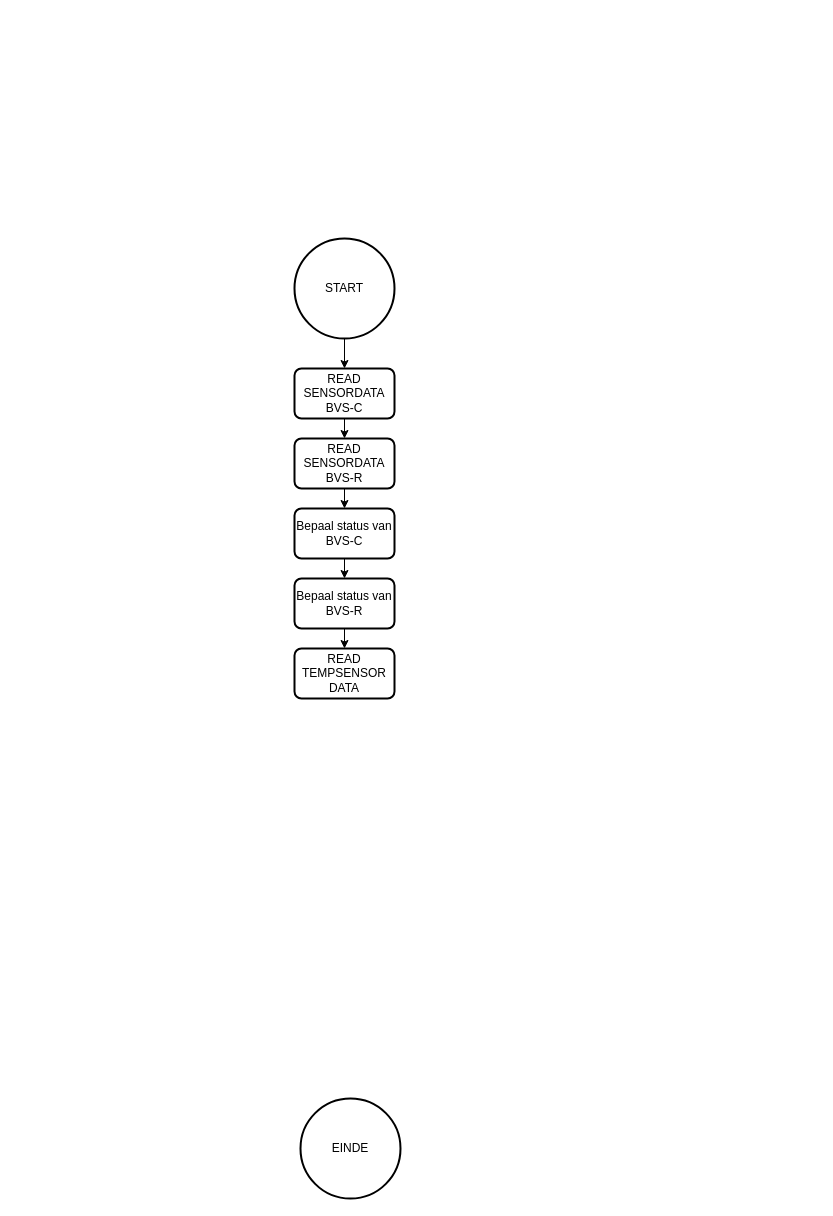
CruZxPog/Plantbewateringssysteem keeps this draw.io diagram as FlowchartPlantbewateringssysteem.drawio. Above is the earlier version. Source tidied: cells renumbered, new cells numbered last; positions are measured from the earlier drawing's top-left corner, leaving out a move shared by most shapes. Both pictures are drawn from the tidied source at 100%, with x=0, y=0 at pixel (294, 238).
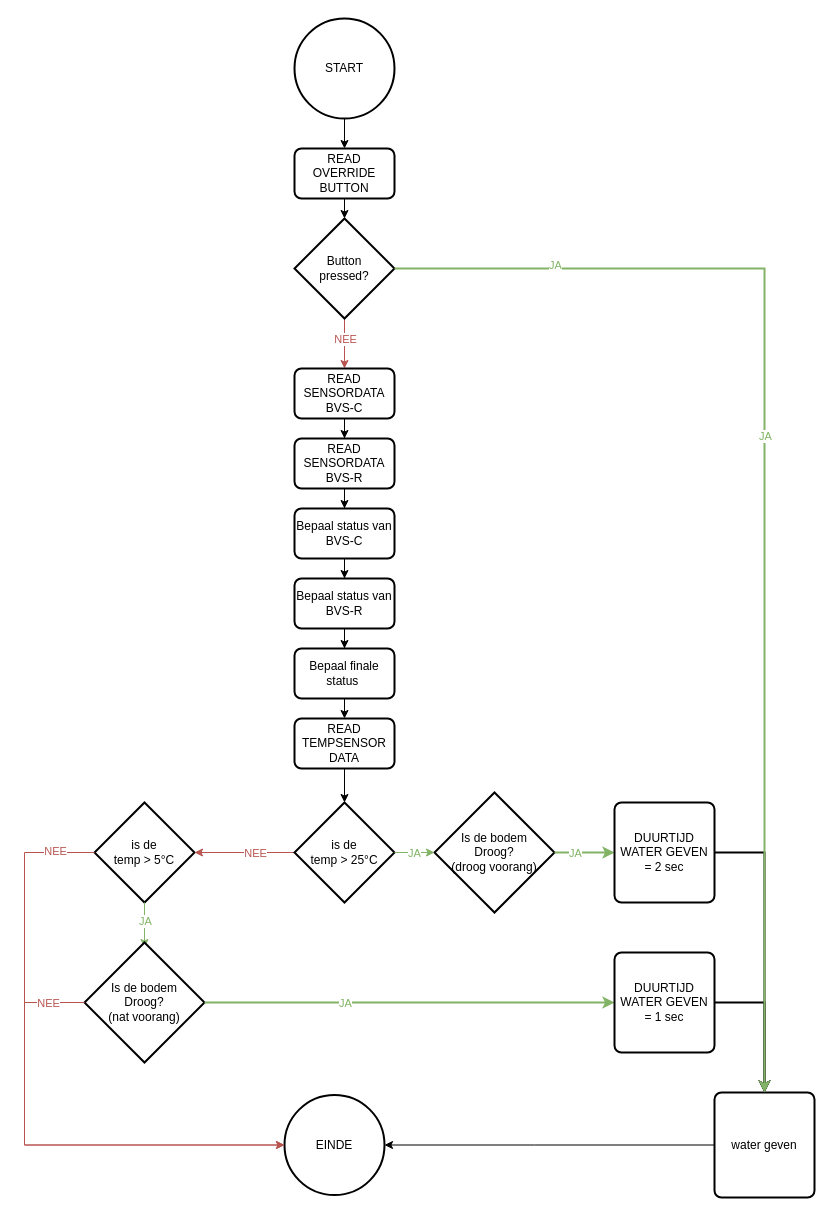
The same page after the edit.

The change refers to these unchanged cells:
```xml
<mxCell id="5" value="READ&lt;div&gt;SENSORDATA&lt;/div&gt;&lt;div&gt;BVS-C&lt;/div&gt;" style="rounded=1;whiteSpace=wrap;html=1;absoluteArcSize=1;arcSize=14;strokeWidth=2;" parent="1" vertex="1">
  <mxGeometry y="130" width="100" height="50" as="geometry" />
</mxCell>
<mxCell id="13" value="Bepaal status van BVS-R" style="rounded=1;whiteSpace=wrap;html=1;absoluteArcSize=1;arcSize=14;strokeWidth=2;" parent="1" vertex="1">
  <mxGeometry y="340" width="100" height="50" as="geometry" />
</mxCell>
```

Change to the diagram source:
```diff
@@
+    <mxCell id="15" style="edgeStyle=orthogonalEdgeStyle;rounded=0;jettySize=auto;html=1;exitX=0.5;exitY=1;exitDx=0;exitDy=0;exitPerimeter=0;entryX=0.5;entryY=0;entryDx=0;entryDy=0;" parent="1" edge="1" source="2" target="31">
+      <mxGeometry relative="1" as="geometry" />
+    </mxCell>
     <mxCell id="2" value="START" style="strokeWidth=2;html=1;shape=mxgraph.flowchart.start_2;whiteSpace=wrap;" parent="1" vertex="1">
-      <mxGeometry width="100" height="100" as="geometry" />
+      <mxGeometry y="-220" width="100" height="100" as="geometry" />
     </mxCell>
     <mxCell id="3" value="EINDE" style="strokeWidth=2;html=1;shape=mxgraph.flowchart.start_2;whiteSpace=wrap;" parent="1" vertex="1">
-      <mxGeometry x="6" y="860" width="100" height="100" as="geometry" />
+      <mxGeometry x="-10" y="856.5" width="100" height="100" as="geometry" />
     </mxCell>
-    <mxCell id="4" style="edgeStyle=orthogonalEdgeStyle;rounded=0;jettySize=auto;html=1;exitX=0.5;exitY=1;exitDx=0;exitDy=0;exitPerimeter=0;entryX=0.5;entryY=0;entryDx=0;entryDy=0;entryPerimeter=0;" parent="1" edge="1" source="2" target="5">
-      <mxGeometry relative="1" as="geometry" />
-    </mxCell>
+    <mxCell id="16" style="edgeStyle=orthogonalEdgeStyle;rounded=0;orthogonalLoop=1;jettySize=auto;html=1;exitX=0.5;exitY=1;exitDx=0;exitDy=0;entryX=0.5;entryY=0;entryDx=0;entryDy=0;" parent="1" edge="1">
+      <mxGeometry relative="1" as="geometry">
+        <mxPoint x="-418" y="430" as="sourcePoint" />
+      </mxGeometry>
+    </mxCell>
+    <mxCell id="17" style="edgeStyle=orthogonalEdgeStyle;rounded=0;orthogonalLoop=1;jettySize=auto;html=1;exitX=0.5;exitY=1;exitDx=0;exitDy=0;entryX=0.5;entryY=0;entryDx=0;entryDy=0;" parent="1" edge="1">
+      <mxGeometry relative="1" as="geometry">
+        <mxPoint x="-418" y="505" as="sourcePoint" />
+      </mxGeometry>
+    </mxCell>
+    <mxCell id="18" style="edgeStyle=orthogonalEdgeStyle;rounded=0;orthogonalLoop=1;jettySize=auto;html=1;exitX=0.5;exitY=1;exitDx=0;exitDy=0;entryX=0.5;entryY=0;entryDx=0;entryDy=0;" parent="1" edge="1">
+      <mxGeometry relative="1" as="geometry">
+        <mxPoint x="-418" y="575" as="sourcePoint" />
+      </mxGeometry>
+    </mxCell>
+    <mxCell id="19" style="edgeStyle=orthogonalEdgeStyle;rounded=0;orthogonalLoop=1;jettySize=auto;html=1;exitX=1;exitY=0.5;exitDx=0;exitDy=0;entryX=0;entryY=0.5;entryDx=0;entryDy=0;" parent="1" edge="1">
+      <mxGeometry relative="1" as="geometry">
+        <mxPoint x="-368" y="620" as="sourcePoint" />
+      </mxGeometry>
+    </mxCell>
+    <mxCell id="14" value="READ&lt;div&gt;TEMPSENSOR DATA&lt;/div&gt;" style="rounded=1;whiteSpace=wrap;html=1;absoluteArcSize=1;arcSize=14;strokeWidth=2;" parent="1" vertex="1">
+      <mxGeometry y="480" width="100" height="50" as="geometry" />
+    </mxCell>
+    <mxCell id="20" value="is de&lt;div&gt;temp &amp;gt; 5°C&lt;/div&gt;" style="strokeWidth=2;html=1;shape=mxgraph.flowchart.decision;whiteSpace=wrap;" parent="1" vertex="1">
+      <mxGeometry x="-200" y="564" width="100" height="100" as="geometry" />
+    </mxCell>
+    <mxCell id="21" style="edgeStyle=orthogonalEdgeStyle;rounded=0;jettySize=auto;html=1;fillColor=#f8cecc;strokeColor=#b85450;" parent="1" edge="1" source="23" target="20">
+      <mxGeometry relative="1" as="geometry" />
+    </mxCell>
+    <mxCell id="22" value="NEE" style="edgeLabel;html=1;align=center;verticalAlign=middle;fontColor=light-dark(#b85450, #ededed);" parent="21" vertex="1">
+      <mxGeometry x="0.09" y="4" relative="1" as="geometry">
+        <mxPoint x="15" y="-4" as="offset" />
+      </mxGeometry>
+    </mxCell>
+    <mxCell id="23" value="is de&lt;div&gt;temp &amp;gt; 25°C&lt;/div&gt;" style="strokeWidth=2;html=1;shape=mxgraph.flowchart.decision;whiteSpace=wrap;" parent="1" vertex="1">
+      <mxGeometry y="564" width="100" height="100" as="geometry" />
+    </mxCell>
+    <mxCell id="24" style="edgeStyle=orthogonalEdgeStyle;rounded=0;jettySize=auto;html=1;exitX=0.5;exitY=1;exitDx=0;exitDy=0;entryX=0.5;entryY=0;entryDx=0;entryDy=0;entryPerimeter=0;" parent="1" edge="1" source="14" target="23">
+      <mxGeometry relative="1" as="geometry" />
+    </mxCell>
+    <mxCell id="25" value="water geven" style="rounded=1;whiteSpace=wrap;html=1;absoluteArcSize=1;arcSize=14;strokeWidth=2;" parent="1" vertex="1">
+      <mxGeometry x="420" y="854" width="100" height="105" as="geometry" />
+    </mxCell>
+    <mxCell id="26" style="edgeStyle=orthogonalEdgeStyle;rounded=0;jettySize=auto;html=1;exitX=0.5;exitY=1;exitDx=0;exitDy=0;exitPerimeter=0;entryX=0.5;entryY=0;entryDx=0;entryDy=0;fillColor=#d5e8d4;strokeColor=#82b366;" parent="1" edge="1" source="20">
+      <mxGeometry relative="1" as="geometry">
+        <mxPoint x="-150" y="709" as="targetPoint" />
+        <Array as="points">
+          <mxPoint x="-150" y="680" />
+          <mxPoint x="-150" y="680" />
+        </Array>
+      </mxGeometry>
+    </mxCell>
+    <mxCell id="27" value="JA" style="edgeLabel;html=1;align=center;verticalAlign=middle;fontColor=light-dark(#82b366, #ededed);" parent="26" vertex="1">
+      <mxGeometry x="-0.21" y="-2" relative="1" as="geometry">
+        <mxPoint x="2" as="offset" />
+      </mxGeometry>
+    </mxCell>
+    <mxCell id="28" style="edgeStyle=orthogonalEdgeStyle;rounded=0;jettySize=auto;html=1;exitX=1;exitY=0.5;exitDx=0;exitDy=0;exitPerimeter=0;strokeWidth=2;entryX=0.5;entryY=0;entryDx=0;entryDy=0;" parent="1" edge="1" source="50" target="25">
+      <mxGeometry relative="1" as="geometry" />
+    </mxCell>
+    <mxCell id="29" value="Is de bodem&lt;div&gt;Droog?&lt;/div&gt;&lt;div&gt;(nat voorang)&lt;/div&gt;" style="strokeWidth=2;html=1;shape=mxgraph.flowchart.decision;whiteSpace=wrap;" parent="1" vertex="1">
+      <mxGeometry x="-210" y="704" width="120" height="120" as="geometry" />
+    </mxCell>
+    <mxCell id="30" style="edgeStyle=orthogonalEdgeStyle;rounded=0;jettySize=auto;html=1;exitX=0;exitY=0.5;exitDx=0;exitDy=0;entryX=1;entryY=0.5;entryDx=0;entryDy=0;entryPerimeter=0;" parent="1" edge="1" source="25" target="3">
+      <mxGeometry relative="1" as="geometry">
+        <Array as="points">
+          <mxPoint x="240" y="906.5" />
+        </Array>
+      </mxGeometry>
+    </mxCell>
+    <mxCell id="31" value="READ&lt;div&gt;OVERRIDE&lt;/div&gt;&lt;div&gt;BUTTON&lt;/div&gt;" style="rounded=1;whiteSpace=wrap;html=1;absoluteArcSize=1;arcSize=14;strokeWidth=2;" parent="1" vertex="1">
+      <mxGeometry y="-90" width="100" height="50" as="geometry" />
+    </mxCell>
+    <mxCell id="32" style="edgeStyle=orthogonalEdgeStyle;rounded=0;jettySize=auto;html=1;entryX=0.5;entryY=0;entryDx=0;entryDy=0;" parent="1" edge="1" target="34">
+      <mxGeometry relative="1" as="geometry">
+        <mxPoint x="50" y="-40" as="sourcePoint" />
+      </mxGeometry>
+    </mxCell>
+    <mxCell id="33" style="edgeStyle=orthogonalEdgeStyle;rounded=0;jettySize=auto;html=1;exitX=0.5;exitY=1;exitDx=0;exitDy=0;exitPerimeter=0;entryX=0.5;entryY=0;entryDx=0;entryDy=0;fillColor=#f8cecc;strokeColor=#b85450;" parent="1" edge="1" source="34" target="5">
+      <mxGeometry relative="1" as="geometry" />
+    </mxCell>
+    <mxCell id="34" value="Button&lt;div&gt;pressed?&lt;/div&gt;" style="strokeWidth=2;html=1;shape=mxgraph.flowchart.decision;whiteSpace=wrap;" parent="1" vertex="1">
+      <mxGeometry y="-20" width="100" height="100" as="geometry" />
+    </mxCell>
+    <mxCell id="35" style="edgeStyle=orthogonalEdgeStyle;rounded=0;jettySize=auto;html=1;entryX=0.5;entryY=0;entryDx=0;entryDy=0;" parent="1" edge="1" target="5">
+      <mxGeometry relative="1" as="geometry">
+        <mxPoint x="50" y="150" as="sourcePoint" />
+      </mxGeometry>
+    </mxCell>
+    <mxCell id="36" value="NEE" style="edgeLabel;html=1;align=center;verticalAlign=middle;fontColor=light-dark(#b85450, #ededed);" parent="35" vertex="1">
+      <mxGeometry x="-0.83" y="3" relative="1" as="geometry">
+        <mxPoint x="3" y="-48" as="offset" />
+      </mxGeometry>
+    </mxCell>
@@
-    <mxCell id="6" style="edgeStyle=orthogonalEdgeStyle;rounded=0;jettySize=auto;html=1;exitX=0.5;exitY=1;exitDx=0;exitDy=0;exitPerimeter=0;entryX=0.5;entryY=0;entryDx=0;entryDy=0;entryPerimeter=0;" parent="1" edge="1" source="9">
-      <mxGeometry relative="1" as="geometry">
-        <mxPoint x="50" y="240" as="targetPoint" />
-      </mxGeometry>
-    </mxCell>
-    <mxCell id="7" style="edgeStyle=orthogonalEdgeStyle;rounded=0;jettySize=auto;html=1;exitX=0.5;exitY=1;exitDx=0;exitDy=0;exitPerimeter=0;entryX=0.5;entryY=0;entryDx=0;entryDy=0;entryPerimeter=0;" parent="1" edge="1" source="5" target="9">
+    <mxCell id="7" style="edgeStyle=orthogonalEdgeStyle;rounded=0;jettySize=auto;html=1;entryX=0.5;entryY=0;entryDx=0;entryDy=0;" parent="1" edge="1" source="5" target="9">
       <mxGeometry relative="1" as="geometry" />
     </mxCell>
+    <mxCell id="9" value="READ&lt;div&gt;SENSORDATA&lt;/div&gt;&lt;div&gt;BVS-R&lt;/div&gt;" style="rounded=1;whiteSpace=wrap;html=1;absoluteArcSize=1;arcSize=14;strokeWidth=2;" parent="1" vertex="1">
+      <mxGeometry y="200" width="100" height="50" as="geometry" />
+    </mxCell>
-    <mxCell id="8" style="edgeStyle=orthogonalEdgeStyle;rounded=0;jettySize=auto;html=1;exitX=0.5;exitY=1;exitDx=0;exitDy=0;entryX=0.5;entryY=0;entryDx=0;entryDy=0;" parent="1" edge="1" source="9" target="11">
+    <mxCell id="8" style="edgeStyle=orthogonalEdgeStyle;rounded=0;jettySize=auto;html=1;entryX=0.5;entryY=0;entryDx=0;entryDy=0;" parent="1" edge="1" source="9" target="11">
       <mxGeometry relative="1" as="geometry" />
     </mxCell>
-    <mxCell id="9" value="READ&lt;div&gt;SENSORDATA&lt;/div&gt;&lt;div&gt;BVS-R&lt;/div&gt;" style="rounded=1;whiteSpace=wrap;html=1;absoluteArcSize=1;arcSize=14;strokeWidth=2;" parent="1" vertex="1">
-      <mxGeometry y="200" width="100" height="50" as="geometry" />
-    </mxCell>
+    <mxCell id="11" value="Bepaal status van BVS-C" style="rounded=1;whiteSpace=wrap;html=1;absoluteArcSize=1;arcSize=14;strokeWidth=2;" parent="1" vertex="1">
+      <mxGeometry y="270" width="100" height="50" as="geometry" />
+    </mxCell>
-    <mxCell id="10" style="edgeStyle=orthogonalEdgeStyle;rounded=0;jettySize=auto;html=1;exitX=0.5;exitY=1;exitDx=0;exitDy=0;entryX=0.5;entryY=0;entryDx=0;entryDy=0;" parent="1" edge="1" source="11" target="13">
+    <mxCell id="10" style="edgeStyle=orthogonalEdgeStyle;rounded=0;jettySize=auto;html=1;entryX=0.5;entryY=0;entryDx=0;entryDy=0;" parent="1" edge="1" source="11" target="13">
       <mxGeometry relative="1" as="geometry" />
     </mxCell>
-    <mxCell id="11" value="Bepaal status van BVS-C" style="rounded=1;whiteSpace=wrap;html=1;absoluteArcSize=1;arcSize=14;strokeWidth=2;" parent="1" vertex="1">
-      <mxGeometry y="270" width="100" height="50" as="geometry" />
-    </mxCell>
-    <mxCell id="12" style="edgeStyle=orthogonalEdgeStyle;rounded=0;jettySize=auto;html=1;exitX=0.5;exitY=1;exitDx=0;exitDy=0;entryX=0.5;entryY=0;entryDx=0;entryDy=0;" parent="1" edge="1" source="13" target="14">
-      <mxGeometry relative="1" as="geometry" />
-    </mxCell>
@@
-    <mxCell id="14" value="READ&lt;div&gt;TEMPSENSOR DATA&lt;/div&gt;" style="rounded=1;whiteSpace=wrap;html=1;absoluteArcSize=1;arcSize=14;strokeWidth=2;" parent="1" vertex="1">
-      <mxGeometry y="410" width="100" height="50" as="geometry" />
-    </mxCell>
+    <mxCell id="37" style="edgeStyle=orthogonalEdgeStyle;rounded=0;jettySize=auto;html=1;entryX=0.5;entryY=0;entryDx=0;entryDy=0;" parent="1" edge="1" source="13" target="39">
+      <mxGeometry relative="1" as="geometry" />
+    </mxCell>
+    <mxCell id="38" style="edgeStyle=orthogonalEdgeStyle;rounded=0;jettySize=auto;html=1;exitX=0.5;exitY=1;exitDx=0;exitDy=0;entryX=0.5;entryY=0;entryDx=0;entryDy=0;" parent="1" edge="1" source="39" target="14">
+      <mxGeometry relative="1" as="geometry" />
+    </mxCell>
+    <mxCell id="39" value="Bepaal finale status&amp;nbsp;" style="rounded=1;whiteSpace=wrap;html=1;absoluteArcSize=1;arcSize=14;strokeWidth=2;" parent="1" vertex="1">
+      <mxGeometry y="410" width="100" height="50" as="geometry" />
+    </mxCell>
+    <mxCell id="40" style="edgeStyle=orthogonalEdgeStyle;rounded=0;jettySize=auto;html=1;exitX=1;exitY=0.5;exitDx=0;exitDy=0;exitPerimeter=0;entryX=0.5;entryY=0;entryDx=0;entryDy=0;strokeWidth=2;" parent="1" edge="1" source="53" target="25">
+      <mxGeometry relative="1" as="geometry" />
+    </mxCell>
+    <mxCell id="41" value="Is de bodem&lt;div&gt;Droog?&lt;/div&gt;&lt;div&gt;(droog voorang)&lt;/div&gt;" style="strokeWidth=2;html=1;shape=mxgraph.flowchart.decision;whiteSpace=wrap;" parent="1" vertex="1">
+      <mxGeometry x="140" y="554" width="120" height="120" as="geometry" />
+    </mxCell>
+    <mxCell id="42" style="edgeStyle=orthogonalEdgeStyle;rounded=0;jettySize=auto;html=1;exitX=1;exitY=0.5;exitDx=0;exitDy=0;exitPerimeter=0;entryX=0;entryY=0.5;entryDx=0;entryDy=0;entryPerimeter=0;fontColor=light-dark(#82b366, #ededed);fillColor=#d5e8d4;strokeColor=#82b366;" parent="1" edge="1" source="23" target="41">
+      <mxGeometry relative="1" as="geometry" />
+    </mxCell>
+    <mxCell id="43" value="JA" style="edgeLabel;html=1;align=center;verticalAlign=middle;fontColor=light-dark(#82b366, #ededed);" parent="42" vertex="1">
+      <mxGeometry x="-0.07" y="-3" relative="1" as="geometry">
+        <mxPoint y="-3" as="offset" />
+      </mxGeometry>
+    </mxCell>
+    <mxCell id="44" style="edgeStyle=orthogonalEdgeStyle;rounded=0;jettySize=auto;html=1;exitX=0;exitY=0.5;exitDx=0;exitDy=0;exitPerimeter=0;entryX=0;entryY=0.5;entryDx=0;entryDy=0;entryPerimeter=0;fillColor=#f8cecc;strokeColor=#b85450;" parent="1" edge="1" source="20" target="3">
+      <mxGeometry relative="1" as="geometry">
+        <Array as="points">
+          <mxPoint x="-270" y="614" />
+          <mxPoint x="-270" y="906" />
+        </Array>
+      </mxGeometry>
+    </mxCell>
+    <mxCell id="45" value="NEE" style="edgeLabel;html=1;align=center;verticalAlign=middle;fontColor=light-dark(#b85450, #ededed);" parent="44" vertex="1">
+      <mxGeometry x="-0.87" y="-2" relative="1" as="geometry" />
+    </mxCell>
+    <mxCell id="46" style="edgeStyle=orthogonalEdgeStyle;rounded=0;jettySize=auto;html=1;exitX=0;exitY=0.5;exitDx=0;exitDy=0;exitPerimeter=0;entryX=0;entryY=0.5;entryDx=0;entryDy=0;entryPerimeter=0;fillColor=#f8cecc;strokeColor=#b85450;" parent="1" edge="1" source="29" target="3">
+      <mxGeometry relative="1" as="geometry">
+        <Array as="points">
+          <mxPoint x="-270" y="764" />
+          <mxPoint x="-270" y="906" />
+        </Array>
+      </mxGeometry>
+    </mxCell>
+    <mxCell id="47" value="NEE" style="edgeLabel;html=1;align=center;verticalAlign=middle;fontColor=light-dark(#b85450, #ededed);" parent="46" vertex="1">
+      <mxGeometry x="-0.84" relative="1" as="geometry" />
+    </mxCell>
+    <mxCell id="48" style="edgeStyle=orthogonalEdgeStyle;rounded=0;jettySize=auto;html=1;exitX=1;exitY=0.5;exitDx=0;exitDy=0;exitPerimeter=0;fillColor=#d5e8d4;strokeColor=#82b366;strokeWidth=2;entryX=0;entryY=0.5;entryDx=0;entryDy=0;" parent="1" edge="1" source="29" target="50">
+      <mxGeometry relative="1" as="geometry" />
+    </mxCell>
+    <mxCell id="49" value="JA" style="edgeLabel;html=1;align=center;verticalAlign=middle;fontColor=light-dark(#82b366, #ededed);" parent="48" vertex="1">
+      <mxGeometry x="-0.69" y="4" relative="1" as="geometry">
+        <mxPoint x="76" y="4" as="offset" />
+      </mxGeometry>
+    </mxCell>
+    <mxCell id="50" value="DUURTIJD WATER GEVEN&lt;div&gt;= 1 sec&lt;/div&gt;" style="rounded=1;whiteSpace=wrap;html=1;absoluteArcSize=1;arcSize=14;strokeWidth=2;" parent="1" vertex="1">
+      <mxGeometry x="320" y="714" width="100" height="100" as="geometry" />
+    </mxCell>
+    <mxCell id="51" style="edgeStyle=orthogonalEdgeStyle;rounded=0;jettySize=auto;html=1;exitX=1;exitY=0.5;exitDx=0;exitDy=0;exitPerimeter=0;entryX=0;entryY=0.5;entryDx=0;entryDy=0;fillColor=#d5e8d4;strokeColor=#82b366;strokeWidth=2;" parent="1" edge="1" source="41" target="53">
+      <mxGeometry relative="1" as="geometry" />
+    </mxCell>
+    <mxCell id="52" value="JA" style="edgeLabel;html=1;align=center;verticalAlign=middle;fontColor=light-dark(#82b366, #ededed);" parent="51" vertex="1">
+      <mxGeometry x="-0.86" y="2" relative="1" as="geometry">
+        <mxPoint x="16" y="2" as="offset" />
+      </mxGeometry>
+    </mxCell>
+    <mxCell id="53" value="DUURTIJD WATER GEVEN&lt;div&gt;= 2 sec&lt;/div&gt;" style="rounded=1;whiteSpace=wrap;html=1;absoluteArcSize=1;arcSize=14;strokeWidth=2;" parent="1" vertex="1">
+      <mxGeometry x="320" y="564" width="100" height="100" as="geometry" />
+    </mxCell>
+    <mxCell id="54" style="edgeStyle=orthogonalEdgeStyle;rounded=0;jettySize=auto;html=1;exitX=1;exitY=0.5;exitDx=0;exitDy=0;exitPerimeter=0;entryX=0.5;entryY=0;entryDx=0;entryDy=0;fillColor=#d5e8d4;strokeColor=#82b366;strokeWidth=2;" parent="1" edge="1" source="34" target="25">
+      <mxGeometry relative="1" as="geometry" />
+    </mxCell>
+    <mxCell id="55" value="JA" style="edgeLabel;html=1;align=center;verticalAlign=middle;fontColor=light-dark(#82b366, #ededed);" parent="54" vertex="1">
+      <mxGeometry x="-0.89" y="4" relative="1" as="geometry">
+        <mxPoint x="94" as="offset" />
+      </mxGeometry>
+    </mxCell>
+    <mxCell id="56" value="JA" style="edgeLabel;html=1;align=center;verticalAlign=middle;fontColor=light-dark(#82b366, #ededed);" parent="54" vertex="1">
+      <mxGeometry x="-0.1" relative="1" as="geometry" />
+    </mxCell>
```
